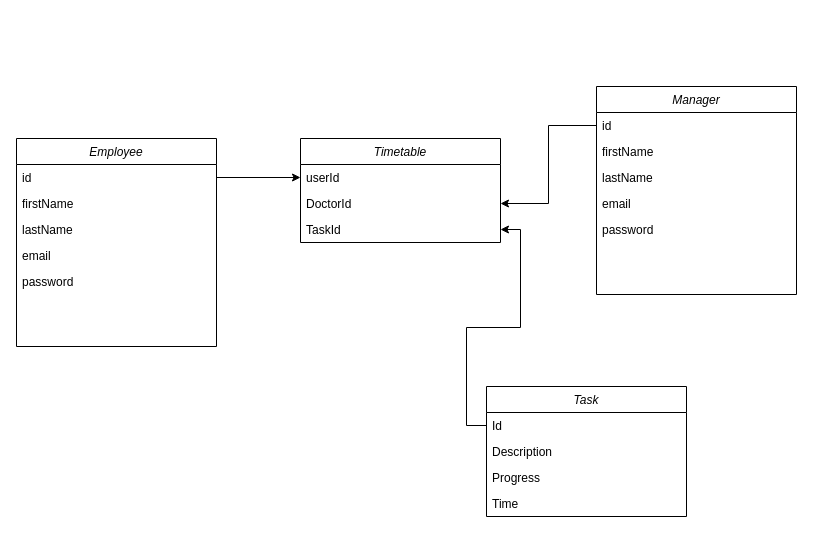
This is GraphClasses.drawio from Deeathwiing/brackets, a draw.io file, before an edit. Source tidied: cells renumbered, new cells numbered last; positions are measured from the earlier drawing's top-left corner, leaving out a move shared by most shapes. Both pictures are drawn from the tidied source at 100%, with x=0, y=0 at pixel (16, 86).
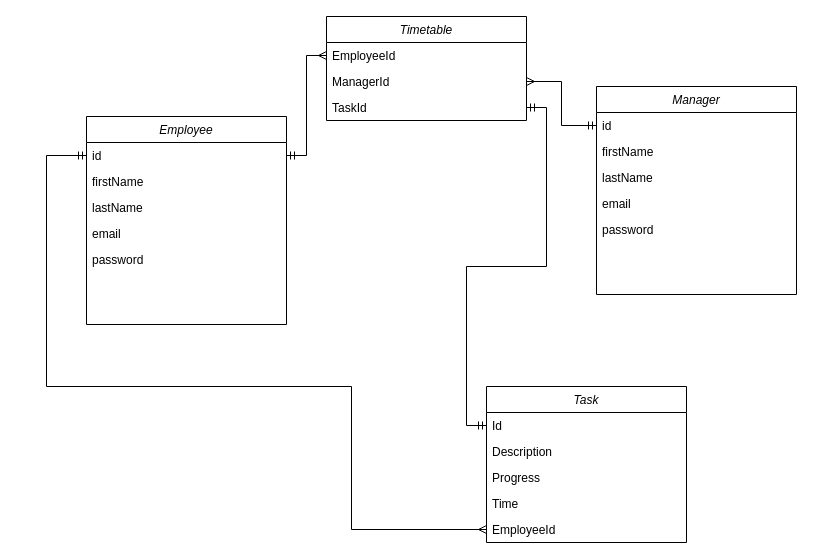
The same diagram, later.

The change refers to these unchanged cells:
```xml
<mxCell id="3" value="id " style="text;align=left;verticalAlign=top;spacingLeft=4;spacingRight=4;overflow=hidden;points=[[0,0.5],[1,0.5]];portConstraint=eastwest;" parent="2" vertex="1">
  <mxGeometry y="26" width="200" height="26" as="geometry" />
</mxCell>
<mxCell id="9" value="id " style="text;align=left;verticalAlign=top;spacingLeft=4;spacingRight=4;overflow=hidden;points=[[0,0.5],[1,0.5]];portConstraint=eastwest;" parent="8" vertex="1">
  <mxGeometry y="26" width="200" height="26" as="geometry" />
</mxCell>
<mxCell id="17" value="TaskId" style="text;align=left;verticalAlign=top;spacingLeft=4;spacingRight=4;overflow=hidden;points=[[0,0.5],[1,0.5]];portConstraint=eastwest;rounded=0;shadow=0;html=0;" parent="14" vertex="1">
  <mxGeometry y="78" width="200" height="26" as="geometry" />
</mxCell>
<mxCell id="21" value="Id" style="text;align=left;verticalAlign=top;spacingLeft=4;spacingRight=4;overflow=hidden;points=[[0,0.5],[1,0.5]];portConstraint=eastwest;" parent="20" vertex="1">
  <mxGeometry y="26" width="200" height="26" as="geometry" />
</mxCell>
```

Change to the diagram source:
```diff
@@
     <mxCell id="2" value="Employee" style="swimlane;fontStyle=2;align=center;verticalAlign=top;horizontal=1;startSize=26;rounded=0;shadow=0;strokeWidth=1;" parent="1" vertex="1">
-      <mxGeometry y="52" width="200" height="208" as="geometry" />
+      <mxGeometry x="70" y="30" width="200" height="208" as="geometry" />
     </mxCell>
@@
     <mxCell id="14" value="Timetable&#10;" style="swimlane;fontStyle=2;align=center;verticalAlign=top;horizontal=1;startSize=26;rounded=0;shadow=0;strokeWidth=1;" parent="1" vertex="1">
-      <mxGeometry x="284" y="52" width="200" height="104" as="geometry" />
+      <mxGeometry x="310" y="-70" width="200" height="104" as="geometry" />
     </mxCell>
-    <mxCell id="15" value="userId" style="text;align=left;verticalAlign=top;spacingLeft=4;spacingRight=4;overflow=hidden;points=[[0,0.5],[1,0.5]];portConstraint=eastwest;" parent="14" vertex="1">
+    <mxCell id="15" value="EmployeeId" style="text;align=left;verticalAlign=top;spacingLeft=4;spacingRight=4;overflow=hidden;points=[[0,0.5],[1,0.5]];portConstraint=eastwest;" parent="14" vertex="1">
       <mxGeometry y="26" width="200" height="26" as="geometry" />
     </mxCell>
-    <mxCell id="16" value="DoctorId" style="text;align=left;verticalAlign=top;spacingLeft=4;spacingRight=4;overflow=hidden;points=[[0,0.5],[1,0.5]];portConstraint=eastwest;rounded=0;shadow=0;html=0;" parent="14" vertex="1">
+    <mxCell id="16" value="ManagerId" style="text;align=left;verticalAlign=top;spacingLeft=4;spacingRight=4;overflow=hidden;points=[[0,0.5],[1,0.5]];portConstraint=eastwest;rounded=0;shadow=0;html=0;" parent="14" vertex="1">
       <mxGeometry y="52" width="200" height="26" as="geometry" />
     </mxCell>
@@
-    <mxCell id="18" style="edgeStyle=orthogonalEdgeStyle;rounded=0;jettySize=auto;html=1;entryX=0;entryY=0.5;entryDx=0;entryDy=0;" parent="1" edge="1" source="3" target="15">
+    <mxCell id="18" style="edgeStyle=orthogonalEdgeStyle;rounded=0;jettySize=auto;html=1;entryX=0;entryY=0.5;entryDx=0;entryDy=0;endArrow=ERmany;endFill=0;startArrow=ERmandOne;startFill=0;" parent="1" edge="1" source="3" target="15">
       <mxGeometry relative="1" as="geometry" />
     </mxCell>
-    <mxCell id="19" style="edgeStyle=orthogonalEdgeStyle;rounded=0;jettySize=auto;html=1;entryX=1;entryY=0.5;entryDx=0;entryDy=0;" parent="1" edge="1" source="9" target="16">
+    <mxCell id="19" style="edgeStyle=orthogonalEdgeStyle;rounded=0;jettySize=auto;html=1;entryX=1;entryY=0.5;entryDx=0;entryDy=0;endArrow=ERmany;endFill=0;startArrow=ERmandOne;startFill=0;" parent="1" edge="1" source="9" target="16">
       <mxGeometry relative="1" as="geometry" />
     </mxCell>
     <mxCell id="20" value="Task" style="swimlane;fontStyle=2;align=center;verticalAlign=top;horizontal=1;startSize=26;rounded=0;shadow=0;strokeWidth=1;" parent="1" vertex="1">
-      <mxGeometry x="470" y="300" width="200" height="130" as="geometry" />
+      <mxGeometry x="470" y="300" width="200" height="156" as="geometry" />
     </mxCell>
@@
+    <mxCell id="26" value="EmployeeId" style="text;align=left;verticalAlign=top;spacingLeft=4;spacingRight=4;overflow=hidden;points=[[0,0.5],[1,0.5]];portConstraint=eastwest;rounded=0;shadow=0;html=0;" parent="20" vertex="1">
+      <mxGeometry y="130" width="200" height="26" as="geometry" />
+    </mxCell>
-    <mxCell id="25" style="edgeStyle=orthogonalEdgeStyle;rounded=0;jettySize=auto;html=1;entryX=1;entryY=0.5;entryDx=0;entryDy=0;" parent="1" edge="1" source="21" target="17">
+    <mxCell id="25" style="edgeStyle=orthogonalEdgeStyle;rounded=0;jettySize=auto;html=1;entryX=1;entryY=0.5;entryDx=0;entryDy=0;endArrow=ERmandOne;endFill=0;startArrow=ERmandOne;startFill=0;" parent="1" edge="1" source="21" target="17">
       <mxGeometry relative="1" as="geometry" />
     </mxCell>
+    <mxCell id="27" style="edgeStyle=orthogonalEdgeStyle;rounded=0;jettySize=auto;html=1;entryX=0;entryY=0.5;entryDx=0;entryDy=0;endArrow=ERmany;endFill=0;startArrow=ERmandOne;startFill=0;" parent="1" edge="1" source="3" target="26">
+      <mxGeometry relative="1" as="geometry">
+        <Array as="points">
+          <mxPoint x="30" y="69" />
+          <mxPoint x="30" y="300" />
+          <mxPoint x="335" y="300" />
+          <mxPoint x="335" y="443" />
+        </Array>
+      </mxGeometry>
+    </mxCell>
```
